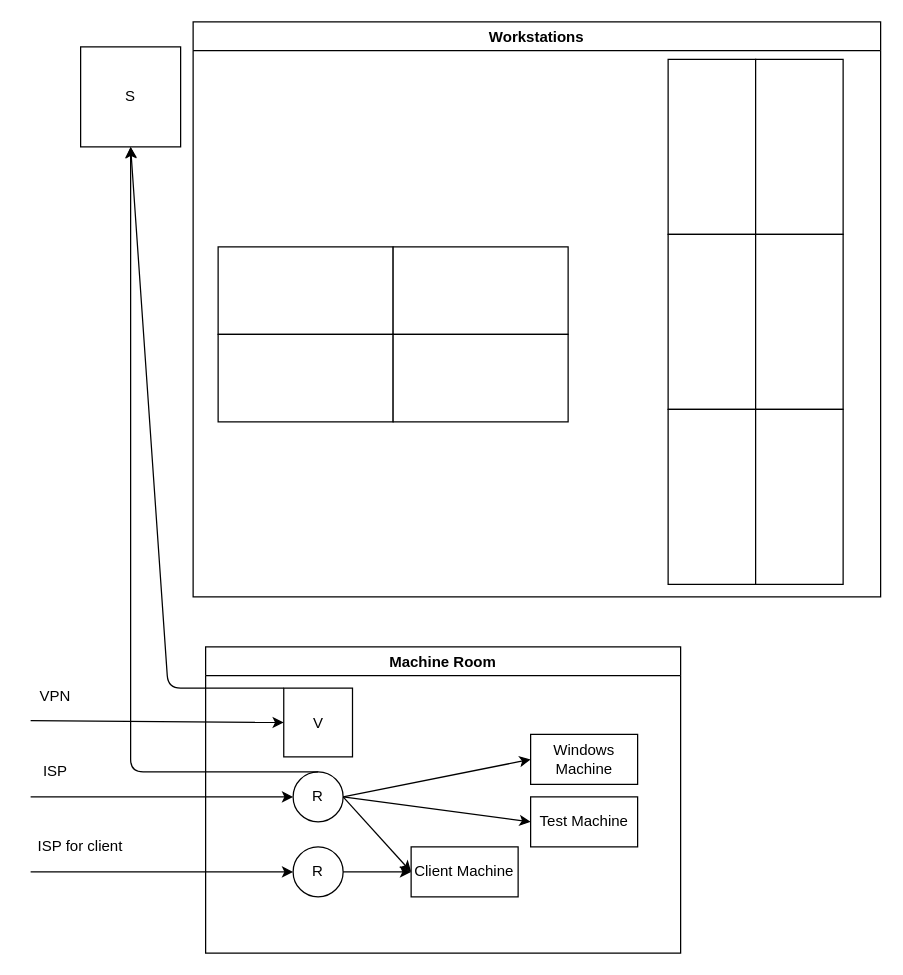
QAlexBall/diagrams keeps this draw.io diagram as new office network overview.drawio. Above is the earlier version. Source tidied: cells renumbered, new cells numbered last; positions are measured from the earlier drawing's top-left corner, leaving out a move shared by most shapes. Both pictures are drawn from the tidied source at 125%, with x=0, y=0 at pixel (30, 21).
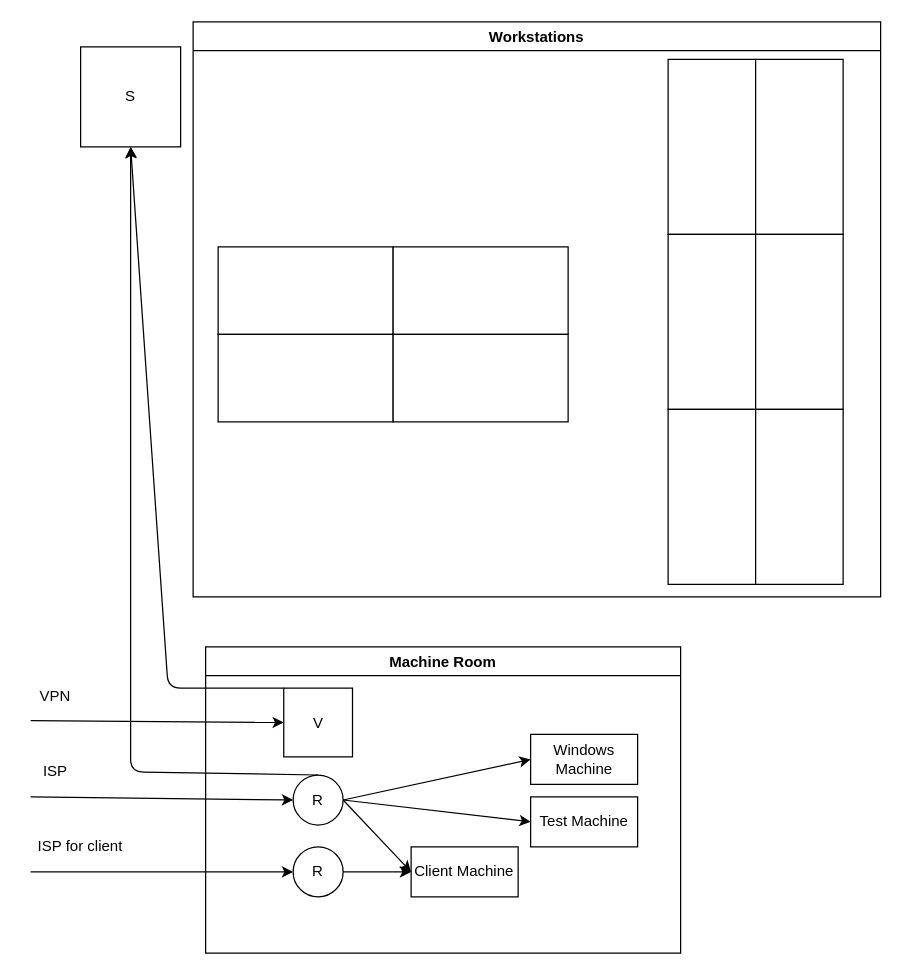
After the change.

The change refers to these unchanged cells:
```xml
<mxCell id="2" value="Machine Room" style="swimlane;fillColor=#FFFFFF;" parent="1" vertex="1">
  <mxGeometry x="140" y="500" width="380" height="245" as="geometry" />
</mxCell>
```

Diff of the diagram source:
```diff
@@
     <mxCell id="4" value="R" style="ellipse;whiteSpace=wrap;html=1;fillColor=#FFFFFF;" parent="2" vertex="1">
-      <mxGeometry x="70" y="100" width="40" height="40" as="geometry" />
+      <mxGeometry x="70" y="102.5" width="40" height="40" as="geometry" />
     </mxCell>
@@
-    <mxCell id="13" style="endArrow=classic;html=1;" parent="1" edge="1">
+    <mxCell id="13" style="endArrow=classic;html=1;entryX=0;entryY=0.5;entryDx=0;entryDy=0;" parent="1" edge="1" target="4">
       <mxGeometry relative="1" as="geometry">
         <mxPoint y="620" as="sourcePoint" />
-        <mxPoint x="210" y="620" as="targetPoint" />
       </mxGeometry>
     </mxCell>
```
